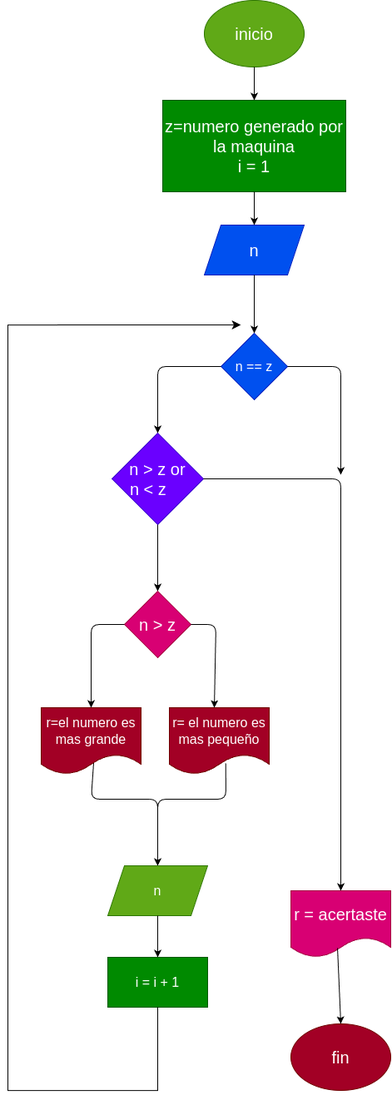
Earlier version of the draw.io export diagrama.png (spartan117345/adivina_numero). Source tidied: cells renumbered, new cells last; positions are measured from the earlier drawing's top-left corner, leaving out a move shared by most shapes.
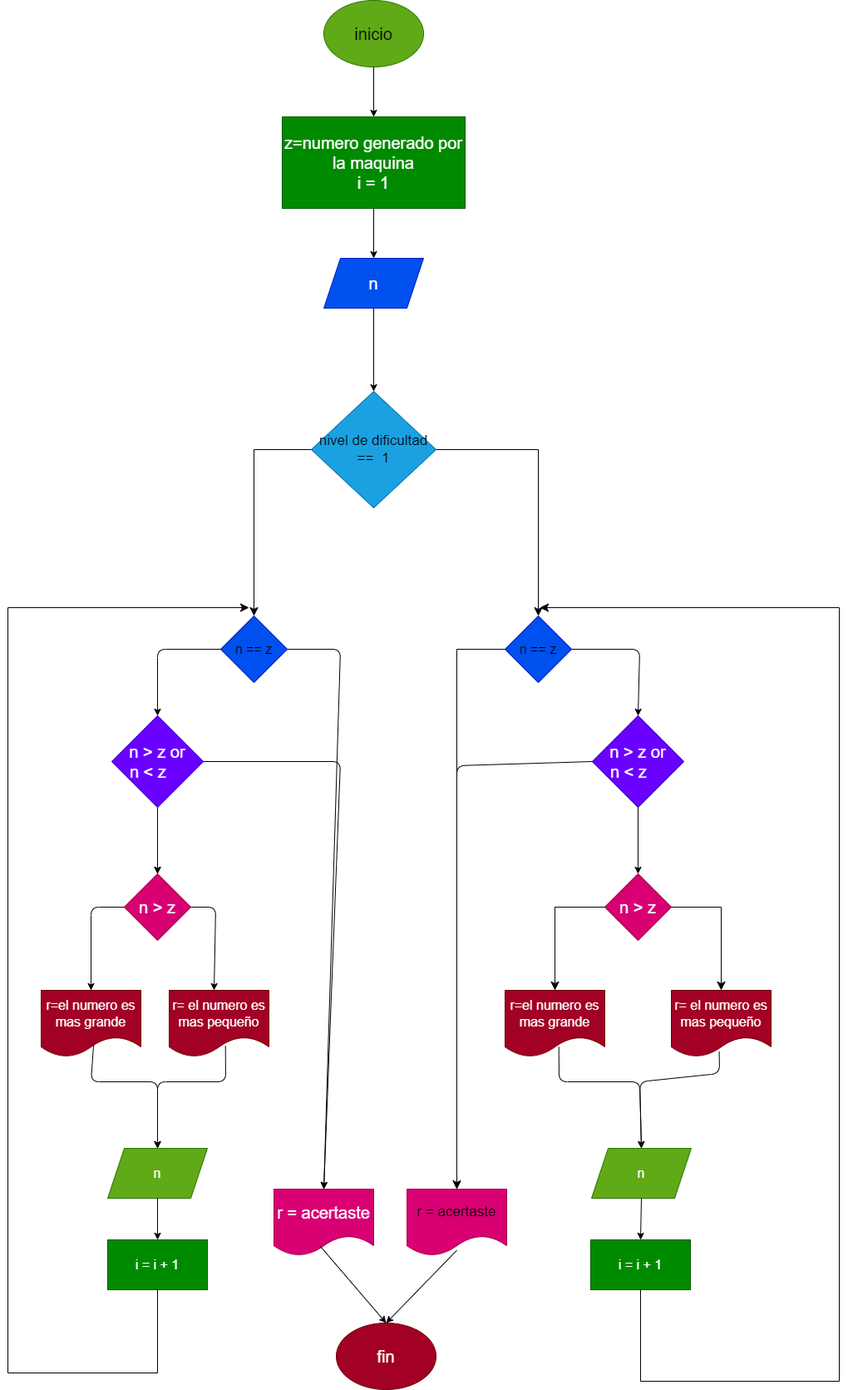
Above is the later version.

Change to the diagram source:
```diff
@@ -2,14 +2,14 @@
   <root>
     <mxCell id="0" />
     <mxCell id="1" parent="0" />
-    <mxCell id="2" value="&lt;font style=&quot;font-size: 20px;&quot;&gt;inicio&lt;/font&gt;" style="ellipse;whiteSpace=wrap;html=1;fillColor=#60a917;fontColor=#ffffff;strokeColor=#2D7600;" parent="1" vertex="1">
-      <mxGeometry x="236" width="120" height="80" as="geometry" />
+    <mxCell id="2" value="&lt;font style=&quot;font-size: 20px; color: light-dark(rgb(0, 0, 0), rgb(0, 0, 0));&quot;&gt;inicio&lt;/font&gt;" style="ellipse;whiteSpace=wrap;html=1;fillColor=#60a917;fontColor=#ffffff;strokeColor=#2D7600;" parent="1" vertex="1">
+      <mxGeometry x="380" y="-340" width="120" height="80" as="geometry" />
     </mxCell>
     <mxCell id="3" style="edgeStyle=none;jettySize=auto;html=1;fontSize=20;exitX=0.5;exitY=1;exitDx=0;exitDy=0;entryX=0.5;entryY=0;entryDx=0;entryDy=0;" parent="1" edge="1" source="2" target="8">
       <mxGeometry relative="1" as="geometry" />
     </mxCell>
     <mxCell id="4" value="n" style="shape=parallelogram;perimeter=parallelogramPerimeter;whiteSpace=wrap;html=1;fixedSize=1;fontSize=20;fillColor=#0050ef;fontColor=#ffffff;strokeColor=#001DBC;" parent="1" vertex="1">
-      <mxGeometry x="236" y="270" width="120" height="60" as="geometry" />
+      <mxGeometry x="380" y="-30" width="120" height="60" as="geometry" />
     </mxCell>
     <mxCell id="5" style="edgeStyle=none;html=1;fontSize=20;" parent="1" edge="1" source="6" target="13">
       <mxGeometry relative="1" as="geometry" />
@@ -17,11 +17,8 @@
     <mxCell id="6" value="n &amp;gt; z or &lt;br&gt;n &amp;lt; z&amp;nbsp; &amp;nbsp;&amp;nbsp;" style="rhombus;whiteSpace=wrap;html=1;fontSize=20;fillColor=#6a00ff;fontColor=#ffffff;strokeColor=#3700CC;" parent="1" vertex="1">
       <mxGeometry x="125" y="520" width="110" height="110" as="geometry" />
     </mxCell>
-    <mxCell id="7" style="edgeStyle=none;jettySize=auto;html=1;fontSize=20;exitX=0.5;exitY=1;exitDx=0;exitDy=0;entryX=0.5;entryY=0;entryDx=0;entryDy=0;" parent="1" edge="1" source="4" target="19">
-      <mxGeometry relative="1" as="geometry" />
-    </mxCell>
     <mxCell id="8" value="z=numero generado por la maquina&lt;br&gt;i = 1" style="whiteSpace=wrap;html=1;fontSize=20;fillColor=#008a00;fontColor=#ffffff;strokeColor=#005700;" parent="1" vertex="1">
-      <mxGeometry x="186" y="120" width="220" height="110" as="geometry" />
+      <mxGeometry x="330" y="-200" width="220" height="110" as="geometry" />
     </mxCell>
     <mxCell id="9" style="edgeStyle=none;jettySize=auto;html=1;fontSize=20;exitX=0.5;exitY=1;exitDx=0;exitDy=0;entryX=0.5;entryY=0;entryDx=0;entryDy=0;" parent="1" edge="1" source="8" target="4">
       <mxGeometry relative="1" as="geometry" />
@@ -37,7 +34,7 @@
       </mxGeometry>
     </mxCell>
     <mxCell id="12" value="r = acertaste" style="shape=document;whiteSpace=wrap;html=1;boundedLbl=1;fontSize=20;fillColor=#d80073;fontColor=#ffffff;strokeColor=#A50040;" parent="1" vertex="1">
-      <mxGeometry x="340" y="1070" width="120" height="80" as="geometry" />
+      <mxGeometry x="320" y="1089" width="120" height="80" as="geometry" />
     </mxCell>
     <mxCell id="13" value="n &amp;gt; z" style="rhombus;whiteSpace=wrap;html=1;fontSize=20;fillColor=#d80073;fontColor=#ffffff;strokeColor=#A50040;" parent="1" vertex="1">
       <mxGeometry x="140" y="710" width="80" height="80" as="geometry" />
@@ -68,9 +65,9 @@
       <mxGeometry relative="1" as="geometry" />
     </mxCell>
     <mxCell id="18" value="fin" style="ellipse;whiteSpace=wrap;html=1;fontSize=20;fillColor=#a20025;fontColor=#ffffff;strokeColor=#6F0000;" parent="1" vertex="1">
-      <mxGeometry x="340" y="1230" width="120" height="80" as="geometry" />
+      <mxGeometry x="395" y="1250" width="120" height="80" as="geometry" />
     </mxCell>
-    <mxCell id="19" value="&lt;font style=&quot;font-size: 16px;&quot;&gt;n == z&lt;/font&gt;" style="rhombus;whiteSpace=wrap;html=1;fillColor=#0050ef;fontColor=#ffffff;strokeColor=#001DBC;" parent="1" vertex="1">
+    <mxCell id="19" value="&lt;font style=&quot;font-size: 16px; color: light-dark(rgb(0, 0, 0), rgb(0, 0, 0));&quot;&gt;n == z&lt;/font&gt;" style="rhombus;whiteSpace=wrap;html=1;fillColor=#0050ef;fontColor=#ffffff;strokeColor=light-dark(#001DBC,#000000);" parent="1" vertex="1">
       <mxGeometry x="256" y="400" width="80" height="80" as="geometry" />
     </mxCell>
     <mxCell id="20" style="edgeStyle=none;jettySize=auto;html=1;exitX=0;exitY=0.5;exitDx=0;exitDy=0;entryX=0.5;entryY=0;entryDx=0;entryDy=0;" parent="1" edge="1" source="19" target="6">
@@ -80,9 +77,8 @@
         </Array>
       </mxGeometry>
     </mxCell>
-    <mxCell id="21" style="edgeStyle=none;jettySize=auto;html=1;exitX=1;exitY=0.5;exitDx=0;exitDy=0;" parent="1" edge="1" source="19">
+    <mxCell id="21" style="edgeStyle=none;jettySize=auto;html=1;exitX=1;exitY=0.5;exitDx=0;exitDy=0;entryX=0.5;entryY=0;entryDx=0;entryDy=0;" parent="1" edge="1" source="19" target="12">
       <mxGeometry relative="1" as="geometry">
-        <mxPoint x="400" y="570" as="targetPoint" />
         <Array as="points">
           <mxPoint x="400" y="440" />
         </Array>
@@ -118,12 +114,125 @@
     </mxCell>
     <mxCell id="29" style="edgeStyle=segmentEdgeStyle;endArrow=classic;html=1;curved=0;rounded=0;endSize=8;startSize=8;sourcePerimeterSpacing=0;targetPerimeterSpacing=0;fontSize=16;exitX=0.5;exitY=1;exitDx=0;exitDy=0;" parent="1" edge="1" source="28">
       <mxGeometry relative="1" as="geometry">
-        <mxPoint x="280" y="390" as="targetPoint" />
+        <mxPoint x="290" y="390" as="targetPoint" />
         <Array as="points">
           <mxPoint x="180" y="1310" />
           <mxPoint y="1310" />
         </Array>
       </mxGeometry>
     </mxCell>
+    <mxCell id="30" style="edgeStyle=segmentEdgeStyle;endArrow=classic;html=1;curved=0;rounded=0;endSize=8;startSize=8;sourcePerimeterSpacing=0;targetPerimeterSpacing=0;entryX=0.5;entryY=0;entryDx=0;entryDy=0;exitX=0;exitY=0.5;exitDx=0;exitDy=0;" parent="1" edge="1" source="32" target="19">
+      <mxGeometry relative="1" as="geometry">
+        <Array as="points">
+          <mxPoint x="296" y="200" />
+        </Array>
+      </mxGeometry>
+    </mxCell>
+    <mxCell id="31" style="edgeStyle=segmentEdgeStyle;endArrow=classic;html=1;curved=0;rounded=0;endSize=8;startSize=8;sourcePerimeterSpacing=0;targetPerimeterSpacing=0;exitX=1;exitY=0.5;exitDx=0;exitDy=0;entryX=0.5;entryY=0;entryDx=0;entryDy=0;" parent="1" edge="1" source="32" target="51">
+      <mxGeometry relative="1" as="geometry">
+        <Array as="points">
+          <mxPoint x="638" y="200" />
+        </Array>
+      </mxGeometry>
+    </mxCell>
+    <mxCell id="32" value="&lt;font style=&quot;font-size: 17px; color: light-dark(rgb(0, 0, 0), rgb(0, 0, 0));&quot;&gt;nivel de dificultad ==&amp;nbsp; 1&lt;/font&gt;" style="rhombus;whiteSpace=wrap;html=1;fillColor=#1ba1e2;fontColor=#ffffff;strokeColor=#006EAF;" parent="1" vertex="1">
+      <mxGeometry x="365" y="130" width="150" height="140" as="geometry" />
+    </mxCell>
+    <mxCell id="33" style="edgeStyle=none;jettySize=auto;html=1;exitX=0.5;exitY=1;exitDx=0;exitDy=0;entryX=0.5;entryY=0;entryDx=0;entryDy=0;" parent="1" edge="1" source="4" target="32">
+      <mxGeometry relative="1" as="geometry" />
+    </mxCell>
+    <mxCell id="34" style="edgeStyle=none;jettySize=auto;html=1;exitX=1;exitY=0.5;exitDx=0;exitDy=0;entryX=0.5;entryY=0;entryDx=0;entryDy=0;" parent="1" edge="1" source="51" target="38">
+      <mxGeometry relative="1" as="geometry">
+        <Array as="points">
+          <mxPoint x="760" y="440" />
+        </Array>
+      </mxGeometry>
+    </mxCell>
+    <mxCell id="35" value="&lt;font style=&quot;font-size: 17px; color: light-dark(rgb(0, 0, 0), rgb(0, 0, 0));&quot;&gt;r = acertaste&lt;/font&gt;" style="shape=document;whiteSpace=wrap;html=1;boundedLbl=1;fillColor=#d80073;fontColor=#ffffff;strokeColor=#A50040;" parent="1" vertex="1">
+      <mxGeometry x="480" y="1089" width="120" height="80" as="geometry" />
+    </mxCell>
+    <mxCell id="36" style="edgeStyle=segmentEdgeStyle;endArrow=classic;html=1;curved=0;rounded=0;endSize=8;startSize=8;sourcePerimeterSpacing=0;targetPerimeterSpacing=0;exitX=0;exitY=0.5;exitDx=0;exitDy=0;entryX=0.5;entryY=0;entryDx=0;entryDy=0;" parent="1" edge="1" source="51" target="35">
+      <mxGeometry relative="1" as="geometry">
+        <Array as="points">
+          <mxPoint x="540" y="440" />
+        </Array>
+      </mxGeometry>
+    </mxCell>
+    <mxCell id="37" style="edgeStyle=none;jettySize=auto;html=1;exitX=0.499;exitY=0.921;exitDx=0;exitDy=0;exitPerimeter=0;entryX=0.5;entryY=0;entryDx=0;entryDy=0;" parent="1" edge="1" source="35" target="18">
+      <mxGeometry relative="1" as="geometry" />
+    </mxCell>
+    <mxCell id="38" value="n &amp;gt; z or &lt;br&gt;n &amp;lt; z&amp;nbsp; &amp;nbsp;&amp;nbsp;" style="rhombus;whiteSpace=wrap;html=1;fontSize=20;fillColor=#6a00ff;fontColor=#ffffff;strokeColor=#3700CC;" parent="1" vertex="1">
+      <mxGeometry x="703" y="520" width="110" height="110" as="geometry" />
+    </mxCell>
+    <mxCell id="39" value="n &amp;gt; z" style="rhombus;whiteSpace=wrap;html=1;fontSize=20;fillColor=#d80073;fontColor=#ffffff;strokeColor=#A50040;" parent="1" vertex="1">
+      <mxGeometry x="718" y="710" width="80" height="80" as="geometry" />
+    </mxCell>
+    <mxCell id="40" style="edgeStyle=none;jettySize=auto;html=1;exitX=0.5;exitY=1;exitDx=0;exitDy=0;entryX=0.5;entryY=0;entryDx=0;entryDy=0;" parent="1" edge="1" source="38" target="39">
+      <mxGeometry relative="1" as="geometry" />
+    </mxCell>
+    <mxCell id="41" value="r=el numero es mas grande" style="shape=document;whiteSpace=wrap;html=1;boundedLbl=1;fontSize=16;fillColor=#a20025;fontColor=#ffffff;strokeColor=#6F0000;" parent="1" vertex="1">
+      <mxGeometry x="598" y="850" width="120" height="80" as="geometry" />
+    </mxCell>
+    <mxCell id="42" value="r= el numero es mas pequeño" style="shape=document;whiteSpace=wrap;html=1;boundedLbl=1;fontSize=16;fillColor=#a20025;fontColor=#ffffff;strokeColor=#6F0000;" parent="1" vertex="1">
+      <mxGeometry x="798" y="850" width="120" height="80" as="geometry" />
+    </mxCell>
+    <mxCell id="43" style="edgeStyle=segmentEdgeStyle;endArrow=classic;html=1;curved=0;rounded=0;endSize=8;startSize=8;sourcePerimeterSpacing=0;targetPerimeterSpacing=0;exitX=0;exitY=0.5;exitDx=0;exitDy=0;entryX=0.5;entryY=0;entryDx=0;entryDy=0;" parent="1" edge="1" source="39" target="41">
+      <mxGeometry relative="1" as="geometry">
+        <Array as="points">
+          <mxPoint x="658" y="750" />
+        </Array>
+      </mxGeometry>
+    </mxCell>
+    <mxCell id="44" style="edgeStyle=segmentEdgeStyle;endArrow=classic;html=1;curved=0;rounded=0;endSize=8;startSize=8;sourcePerimeterSpacing=0;targetPerimeterSpacing=0;exitX=1;exitY=0.5;exitDx=0;exitDy=0;entryX=0.5;entryY=0;entryDx=0;entryDy=0;" parent="1" edge="1" source="39" target="42">
+      <mxGeometry relative="1" as="geometry">
+        <Array as="points">
+          <mxPoint x="858" y="750" />
+        </Array>
+      </mxGeometry>
+    </mxCell>
+    <mxCell id="45" value="n" style="shape=parallelogram;perimeter=parallelogramPerimeter;whiteSpace=wrap;html=1;fixedSize=1;fontSize=16;fillColor=#60a917;fontColor=#ffffff;strokeColor=#2D7600;" parent="1" vertex="1">
+      <mxGeometry x="702" y="1040" width="120" height="60" as="geometry" />
+    </mxCell>
+    <mxCell id="46" style="edgeStyle=none;jettySize=auto;html=1;exitX=0.539;exitY=0.85;exitDx=0;exitDy=0;exitPerimeter=0;entryX=0.5;entryY=0;entryDx=0;entryDy=0;" parent="1" edge="1" source="41" target="45">
+      <mxGeometry relative="1" as="geometry">
+        <Array as="points">
+          <mxPoint x="663" y="960" />
+          <mxPoint x="760" y="960" />
+        </Array>
+      </mxGeometry>
+    </mxCell>
+    <mxCell id="47" style="edgeStyle=none;jettySize=auto;html=1;exitX=0.48;exitY=0.921;exitDx=0;exitDy=0;exitPerimeter=0;entryX=0.5;entryY=0;entryDx=0;entryDy=0;" parent="1" edge="1" source="42" target="45">
+      <mxGeometry relative="1" as="geometry">
+        <Array as="points">
+          <mxPoint x="856" y="950" />
+          <mxPoint x="760" y="960" />
+        </Array>
+      </mxGeometry>
+    </mxCell>
+    <mxCell id="48" style="edgeStyle=none;jettySize=auto;html=1;exitX=0;exitY=0.5;exitDx=0;exitDy=0;entryX=0.5;entryY=0;entryDx=0;entryDy=0;" parent="1" edge="1" source="38" target="35">
+      <mxGeometry relative="1" as="geometry">
+        <Array as="points">
+          <mxPoint x="540" y="580" />
+        </Array>
+      </mxGeometry>
+    </mxCell>
+    <mxCell id="49" value="i = i + 1" style="whiteSpace=wrap;html=1;fontSize=16;fillColor=#008a00;fontColor=#ffffff;strokeColor=#005700;" parent="1" vertex="1">
+      <mxGeometry x="701" y="1150" width="120" height="60" as="geometry" />
+    </mxCell>
+    <mxCell id="50" style="edgeStyle=none;jettySize=auto;html=1;exitX=0.5;exitY=1;exitDx=0;exitDy=0;entryX=0.5;entryY=0;entryDx=0;entryDy=0;" parent="1" edge="1" source="45" target="49">
+      <mxGeometry relative="1" as="geometry" />
+    </mxCell>
+    <mxCell id="51" value="&lt;font style=&quot;font-size: 16px; color: light-dark(rgb(0, 0, 0), rgb(0, 0, 0));&quot;&gt;n == z&lt;/font&gt;" style="rhombus;whiteSpace=wrap;html=1;fillColor=#0050ef;fontColor=#ffffff;strokeColor=light-dark(#001DBC,#000000);" parent="1" vertex="1">
+      <mxGeometry x="598" y="400" width="80" height="80" as="geometry" />
+    </mxCell>
+    <mxCell id="52" style="edgeStyle=segmentEdgeStyle;endArrow=classic;html=1;curved=0;rounded=0;endSize=8;startSize=8;sourcePerimeterSpacing=0;targetPerimeterSpacing=0;exitX=0.5;exitY=1;exitDx=0;exitDy=0;" parent="1" edge="1" source="49">
+      <mxGeometry relative="1" as="geometry">
+        <mxPoint x="640" y="390" as="targetPoint" />
+        <Array as="points">
+          <mxPoint x="761" y="1320" />
+          <mxPoint x="1000" y="1320" />
+        </Array>
+      </mxGeometry>
+    </mxCell>
   </root>
 </mxGraphModel>
```
